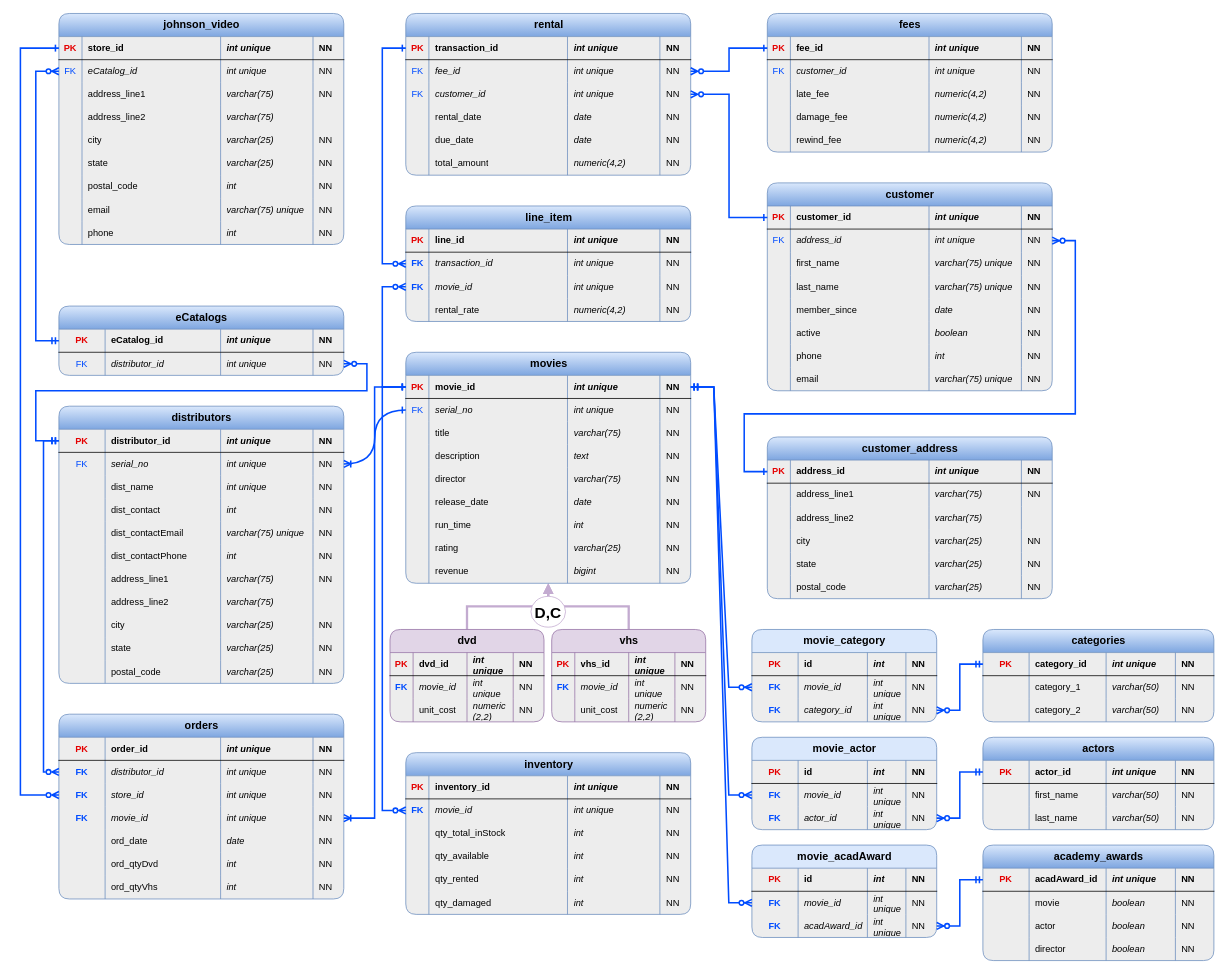
Above: mis407-ct4-portfolio-milestone.drawio in argounova/draw-io (draw.io), before the change. Source tidied: cells renumbered, new cells numbered last; positions are measured from the earlier drawing's top-left corner, leaving out a move shared by most shapes. Both pictures are drawn from the tidied source at 77%, with x=0, y=0 at pixel (20, 13).
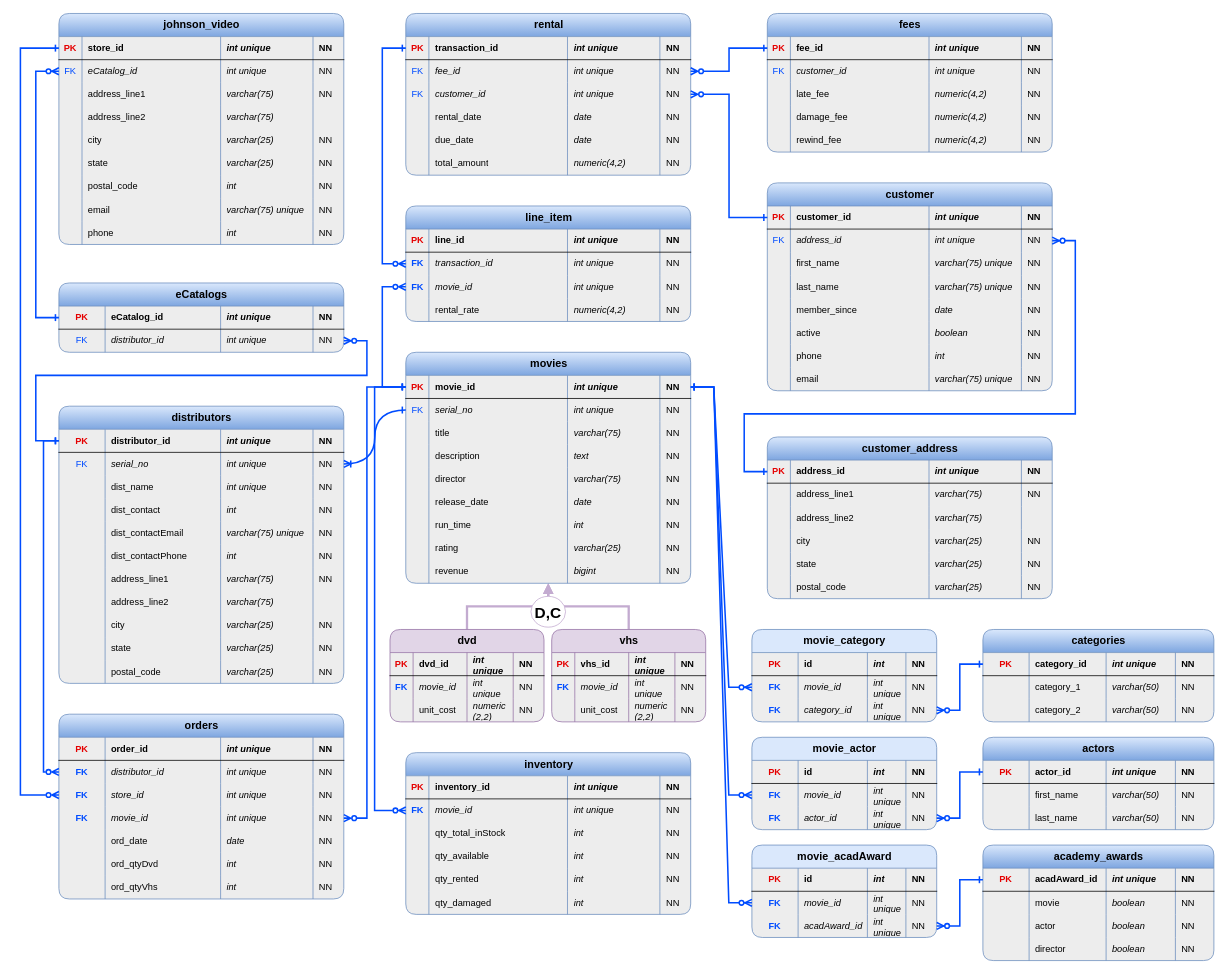
Above is the later version.

Unchanged cells that the change refers to:
```xml
<mxCell id="34" style="shape=tableRow;horizontal=0;startSize=0;swimlaneHead=0;swimlaneBody=0;fillColor=none;points=[[0,0.5],[1,0.5]];portConstraint=eastwest;top=0;left=0;right=0;bottom=1;" parent="33" vertex="1">
  <mxGeometry y="30" width="370" height="30" as="geometry" />
</mxCell>
<mxCell id="39" style="shape=tableRow;horizontal=0;startSize=0;swimlaneHead=0;swimlaneBody=0;fillColor=none;points=[[0,0.5],[1,0.5]];portConstraint=eastwest;top=0;left=0;right=0;bottom=0;" parent="33" vertex="1">
  <mxGeometry y="60" width="370" height="30" as="geometry" />
</mxCell>
<mxCell id="88" style="shape=tableRow;horizontal=0;startSize=0;swimlaneHead=0;swimlaneBody=0;fillColor=none;points=[[0,0.5],[1,0.5]];portConstraint=eastwest;top=0;left=0;right=0;bottom=1;" parent="87" vertex="1">
  <mxGeometry y="30" width="370" height="30" as="geometry" />
</mxCell>
<mxCell id="134" style="shape=tableRow;horizontal=0;startSize=0;swimlaneHead=0;swimlaneBody=0;fillColor=none;points=[[0,0.5],[1,0.5]];portConstraint=eastwest;top=0;left=0;right=0;bottom=1;" parent="133" vertex="1">
  <mxGeometry y="30" width="370" height="30" as="geometry" />
</mxCell>
<mxCell id="229" style="shape=tableRow;horizontal=0;startSize=0;swimlaneHead=0;swimlaneBody=0;fillColor=none;points=[[0,0.5],[1,0.5]];portConstraint=eastwest;top=0;left=0;right=0;bottom=0;" parent="223" vertex="1">
  <mxGeometry y="60" width="240" height="30" as="geometry" />
</mxCell>
<mxCell id="234" style="shape=tableRow;horizontal=0;startSize=0;swimlaneHead=0;swimlaneBody=0;fillColor=none;points=[[0,0.5],[1,0.5]];portConstraint=eastwest;top=0;left=0;right=0;bottom=0;" parent="223" vertex="1">
  <mxGeometry y="90" width="240" height="30" as="geometry" />
</mxCell>
<mxCell id="245" style="shape=tableRow;horizontal=0;startSize=0;swimlaneHead=0;swimlaneBody=0;fillColor=none;points=[[0,0.5],[1,0.5]];portConstraint=eastwest;top=0;left=0;right=0;bottom=0;" parent="239" vertex="1">
  <mxGeometry y="60" width="240" height="30" as="geometry" />
</mxCell>
<mxCell id="250" style="shape=tableRow;horizontal=0;startSize=0;swimlaneHead=0;swimlaneBody=0;fillColor=none;points=[[0,0.5],[1,0.5]];portConstraint=eastwest;top=0;left=0;right=0;bottom=0;" parent="239" vertex="1">
  <mxGeometry y="90" width="240" height="30" as="geometry" />
</mxCell>
<mxCell id="261" style="shape=tableRow;horizontal=0;startSize=0;swimlaneHead=0;swimlaneBody=0;fillColor=none;points=[[0,0.5],[1,0.5]];portConstraint=eastwest;top=0;left=0;right=0;bottom=0;" parent="255" vertex="1">
  <mxGeometry y="60" width="240" height="30" as="geometry" />
</mxCell>
<mxCell id="266" style="shape=tableRow;horizontal=0;startSize=0;swimlaneHead=0;swimlaneBody=0;fillColor=none;points=[[0,0.5],[1,0.5]];portConstraint=eastwest;top=0;left=0;right=0;bottom=0;" parent="255" vertex="1">
  <mxGeometry y="90" width="240" height="30" as="geometry" />
</mxCell>
<mxCell id="296" style="shape=tableRow;horizontal=0;startSize=0;swimlaneHead=0;swimlaneBody=0;fillColor=none;points=[[0,0.5],[1,0.5]];portConstraint=eastwest;top=0;left=0;right=0;bottom=1;" parent="295" vertex="1">
  <mxGeometry y="30" width="300" height="30" as="geometry" />
</mxCell>
<mxCell id="312" style="shape=tableRow;horizontal=0;startSize=0;swimlaneHead=0;swimlaneBody=0;fillColor=none;points=[[0,0.5],[1,0.5]];portConstraint=eastwest;top=0;left=0;right=0;bottom=1;" parent="311" vertex="1">
  <mxGeometry y="30" width="300" height="30" as="geometry" />
</mxCell>
<mxCell id="328" style="shape=tableRow;horizontal=0;startSize=0;swimlaneHead=0;swimlaneBody=0;fillColor=none;points=[[0,0.5],[1,0.5]];portConstraint=eastwest;top=0;left=0;right=0;bottom=1;" parent="327" vertex="1">
  <mxGeometry y="30" width="300" height="30" as="geometry" />
</mxCell>
<mxCell id="419" style="shape=tableRow;horizontal=0;startSize=0;swimlaneHead=0;swimlaneBody=0;fillColor=none;points=[[0,0.5],[1,0.5]];portConstraint=eastwest;top=0;left=0;right=0;bottom=0;" parent="413" vertex="1">
  <mxGeometry y="60" width="370" height="30" as="geometry" />
</mxCell>
<mxCell id="467" style="shape=tableRow;horizontal=0;startSize=0;swimlaneHead=0;swimlaneBody=0;fillColor=none;points=[[0,0.5],[1,0.5]];portConstraint=eastwest;top=0;left=0;right=0;bottom=0;" parent="461" vertex="1">
  <mxGeometry y="60" width="370" height="30" as="geometry" />
</mxCell>
<mxCell id="477" style="shape=tableRow;horizontal=0;startSize=0;swimlaneHead=0;swimlaneBody=0;fillColor=none;points=[[0,0.5],[1,0.5]];portConstraint=eastwest;top=0;left=0;right=0;bottom=0;" parent="461" vertex="1">
  <mxGeometry y="120" width="370" height="30" as="geometry" />
</mxCell>
<mxCell id="506" style="shape=tableRow;horizontal=0;startSize=0;swimlaneHead=0;swimlaneBody=0;fillColor=none;points=[[0,0.5],[1,0.5]];portConstraint=eastwest;top=0;left=0;right=0;bottom=0;" parent="500" vertex="1">
  <mxGeometry y="60" width="370" height="30" as="geometry" />
</mxCell>
```

The edit, as a diff of the source:
```diff
@@
     <mxCell id="33" value="eCatalogs" style="shape=table;startSize=30;childLayout=tableLayout;rowLines=0;fontStyle=1;align=center;html=1;fontSize=14;fillColor=#dae8fc;gradientColor=#7ea6e0;strokeColor=#6c8ebf;swimlaneFillColor=#EDEDED;rounded=1;shadow=0;" parent="1" vertex="1">
-      <mxGeometry x="50" y="380" width="370" height="90" as="geometry" />
+      <mxGeometry x="50" y="350" width="370" height="90" as="geometry" />
     </mxCell>
@@
-    <mxCell id="271" style="edgeStyle=entityRelationEdgeStyle;fontSize=12;html=1;endArrow=ERzeroToMany;startArrow=ERmandOne;rounded=0;exitX=1;exitY=0.5;exitDx=0;exitDy=0;entryX=0;entryY=0.5;entryDx=0;entryDy=0;strokeWidth=2;strokeColor=#004CFF;" parent="1" edge="1" source="88" target="261">
+    <mxCell id="271" style="edgeStyle=entityRelationEdgeStyle;fontSize=12;html=1;endArrow=ERzeroToMany;startArrow=ERone;rounded=0;exitX=1;exitY=0.5;exitDx=0;exitDy=0;entryX=0;entryY=0.5;entryDx=0;entryDy=0;strokeWidth=2;strokeColor=#004CFF;startFill=0;" parent="1" edge="1" source="88" target="261">
       <mxGeometry relative="1" as="geometry" />
     </mxCell>
-    <mxCell id="272" style="edgeStyle=entityRelationEdgeStyle;fontSize=12;html=1;endArrow=ERzeroToMany;startArrow=ERmandOne;rounded=0;exitX=1;exitY=0.5;exitDx=0;exitDy=0;entryX=0;entryY=0.5;entryDx=0;entryDy=0;strokeWidth=2;strokeColor=#004CFF;" parent="1" edge="1" source="88" target="245">
+    <mxCell id="272" style="edgeStyle=entityRelationEdgeStyle;fontSize=12;html=1;endArrow=ERzeroToMany;startArrow=ERone;rounded=0;exitX=1;exitY=0.5;exitDx=0;exitDy=0;entryX=0;entryY=0.5;entryDx=0;entryDy=0;strokeWidth=2;strokeColor=#004CFF;startFill=0;" parent="1" edge="1" source="88" target="245">
       <mxGeometry relative="1" as="geometry" />
     </mxCell>
-    <mxCell id="273" style="edgeStyle=entityRelationEdgeStyle;fontSize=12;html=1;endArrow=ERzeroToMany;startArrow=ERmandOne;rounded=0;exitX=1;exitY=0.5;exitDx=0;exitDy=0;entryX=0;entryY=0.5;entryDx=0;entryDy=0;strokeWidth=2;strokeColor=#004CFF;" parent="1" edge="1" source="88" target="229">
+    <mxCell id="273" style="edgeStyle=entityRelationEdgeStyle;fontSize=12;html=1;endArrow=ERzeroToMany;startArrow=ERone;rounded=0;exitX=1;exitY=0.5;exitDx=0;exitDy=0;entryX=0;entryY=0.5;entryDx=0;entryDy=0;strokeWidth=2;strokeColor=#004CFF;startFill=0;" parent="1" edge="1" source="88" target="229">
       <mxGeometry relative="1" as="geometry" />
     </mxCell>
@@
-    <mxCell id="348" style="edgeStyle=entityRelationEdgeStyle;fontSize=12;html=1;endArrow=ERzeroToMany;startArrow=ERmandOne;rounded=0;exitX=0;exitY=0.5;exitDx=0;exitDy=0;entryX=1;entryY=0.5;entryDx=0;entryDy=0;strokeWidth=2;strokeColor=#004CFF;" parent="1" edge="1" source="296" target="234">
+    <mxCell id="348" style="edgeStyle=entityRelationEdgeStyle;fontSize=12;html=1;endArrow=ERzeroToMany;startArrow=ERone;rounded=0;exitX=0;exitY=0.5;exitDx=0;exitDy=0;entryX=1;entryY=0.5;entryDx=0;entryDy=0;strokeWidth=2;strokeColor=#004CFF;startFill=0;" parent="1" edge="1" source="296" target="234">
       <mxGeometry relative="1" as="geometry" />
     </mxCell>
-    <mxCell id="349" style="edgeStyle=entityRelationEdgeStyle;fontSize=12;html=1;endArrow=ERzeroToMany;startArrow=ERmandOne;rounded=0;exitX=0;exitY=0.5;exitDx=0;exitDy=0;entryX=1;entryY=0.5;entryDx=0;entryDy=0;strokeWidth=2;strokeColor=#004CFF;" parent="1" edge="1" source="312" target="250">
+    <mxCell id="349" style="edgeStyle=entityRelationEdgeStyle;fontSize=12;html=1;endArrow=ERzeroToMany;startArrow=ERone;rounded=0;exitX=0;exitY=0.5;exitDx=0;exitDy=0;entryX=1;entryY=0.5;entryDx=0;entryDy=0;strokeWidth=2;strokeColor=#004CFF;startFill=0;" parent="1" edge="1" source="312" target="250">
       <mxGeometry relative="1" as="geometry" />
     </mxCell>
-    <mxCell id="350" style="edgeStyle=entityRelationEdgeStyle;fontSize=12;html=1;endArrow=ERzeroToMany;startArrow=ERmandOne;rounded=0;exitX=0;exitY=0.5;exitDx=0;exitDy=0;entryX=1;entryY=0.5;entryDx=0;entryDy=0;strokeWidth=2;strokeColor=#004CFF;" parent="1" edge="1" source="328" target="266">
+    <mxCell id="350" style="edgeStyle=entityRelationEdgeStyle;fontSize=12;html=1;endArrow=ERzeroToMany;startArrow=ERone;rounded=0;exitX=0;exitY=0.5;exitDx=0;exitDy=0;entryX=1;entryY=0.5;entryDx=0;entryDy=0;strokeWidth=2;strokeColor=#004CFF;startFill=0;" parent="1" edge="1" source="328" target="266">
       <mxGeometry relative="1" as="geometry" />
     </mxCell>
@@
-    <mxCell id="459" style="edgeStyle=orthogonalEdgeStyle;fontSize=12;html=1;endArrow=ERzeroToMany;endFill=1;rounded=0;strokeColor=#004CFF;strokeWidth=2;entryX=1;entryY=0.5;entryDx=0;entryDy=0;exitX=0;exitY=0.5;exitDx=0;exitDy=0;startArrow=ERmandOne;startFill=0;" parent="1" edge="1" source="134" target="39">
+    <mxCell id="459" style="edgeStyle=orthogonalEdgeStyle;fontSize=12;html=1;endArrow=ERzeroToMany;endFill=1;rounded=0;strokeColor=#004CFF;strokeWidth=2;entryX=1;entryY=0.5;entryDx=0;entryDy=0;exitX=0;exitY=0.5;exitDx=0;exitDy=0;startArrow=ERone;startFill=0;" parent="1" edge="1" source="134" target="39">
       <mxGeometry relative="1" as="geometry">
         <Array as="points">
           <mxPoint x="20" y="555" />
-          <mxPoint x="20" y="490" />
-          <mxPoint x="450" y="490" />
-          <mxPoint x="450" y="455" />
+          <mxPoint x="20" y="470" />
+          <mxPoint x="450" y="470" />
+          <mxPoint x="450" y="425" />
         </Array>
       </mxGeometry>
     </mxCell>
-    <mxCell id="460" style="edgeStyle=orthogonalEdgeStyle;fontSize=12;html=1;endArrow=ERzeroToMany;endFill=1;rounded=0;strokeColor=#004CFF;strokeWidth=2;entryX=0;entryY=0.5;entryDx=0;entryDy=0;exitX=0;exitY=0.5;exitDx=0;exitDy=0;startArrow=ERmandOne;startFill=0;" parent="1" edge="1" source="34" target="419">
+    <mxCell id="460" style="edgeStyle=orthogonalEdgeStyle;fontSize=12;html=1;endArrow=ERzeroToMany;endFill=1;rounded=0;strokeColor=#004CFF;strokeWidth=2;entryX=0;entryY=0.5;entryDx=0;entryDy=0;exitX=0;exitY=0.5;exitDx=0;exitDy=0;startArrow=ERone;startFill=0;" parent="1" edge="1" source="34" target="419">
       <mxGeometry relative="1" as="geometry">
         <Array as="points">
-          <mxPoint x="20" y="425" />
+          <mxPoint x="20" y="395" />
           <mxPoint x="20" y="75" />
         </Array>
       </mxGeometry>
     </mxCell>
@@
-    <mxCell id="498" style="edgeStyle=orthogonalEdgeStyle;fontSize=12;html=1;endArrow=ERmandOne;endFill=0;rounded=0;strokeColor=#004CFF;strokeWidth=2;startArrow=ERzeroToMany;startFill=0;entryX=0;entryY=0.5;entryDx=0;entryDy=0;exitX=0;exitY=0.5;exitDx=0;exitDy=0;" parent="1" edge="1" source="467" target="134">
+    <mxCell id="498" style="edgeStyle=orthogonalEdgeStyle;fontSize=12;html=1;endArrow=ERone;endFill=0;rounded=0;strokeColor=#004CFF;strokeWidth=2;startArrow=ERzeroToMany;startFill=0;entryX=0;entryY=0.5;entryDx=0;entryDy=0;exitX=0;exitY=0.5;exitDx=0;exitDy=0;" parent="1" edge="1" source="467" target="134">
       <mxGeometry relative="1" as="geometry">
         <Array as="points">
           <mxPoint x="30" y="985" />
           <mxPoint x="30" y="555" />
         </Array>
       </mxGeometry>
     </mxCell>
-    <mxCell id="499" style="edgeStyle=orthogonalEdgeStyle;fontSize=12;html=1;endArrow=ERone;startArrow=ERoneToMany;rounded=0;exitX=1;exitY=0.5;exitDx=0;exitDy=0;entryX=0;entryY=0.5;entryDx=0;entryDy=0;strokeWidth=2;strokeColor=#004CFF;endFill=0;startFill=0;" parent="1" edge="1" source="477" target="88">
+    <mxCell id="499" style="edgeStyle=orthogonalEdgeStyle;fontSize=12;html=1;endArrow=ERone;startArrow=ERzeroToMany;rounded=0;exitX=1;exitY=0.5;exitDx=0;exitDy=0;entryX=0;entryY=0.5;entryDx=0;entryDy=0;strokeWidth=2;strokeColor=#004CFF;endFill=0;startFill=0;" parent="1" edge="1" source="477" target="88">
       <mxGeometry relative="1" as="geometry">
         <Array as="points">
-          <mxPoint x="460" y="1045" />
-          <mxPoint x="460" y="485" />
+          <mxPoint x="450" y="1045" />
+          <mxPoint x="450" y="485" />
         </Array>
       </mxGeometry>
     </mxCell>
@@
     <mxCell id="531" style="edgeStyle=orthogonalEdgeStyle;fontSize=12;html=1;endArrow=ERone;endFill=1;rounded=0;strokeColor=#004CFF;strokeWidth=2;startArrow=ERzeroToMany;startFill=0;entryX=0;entryY=0.5;entryDx=0;entryDy=0;exitX=0;exitY=0.5;exitDx=0;exitDy=0;" parent="1" edge="1" source="506" target="88">
       <mxGeometry relative="1" as="geometry">
         <Array as="points">
-          <mxPoint x="470" y="1035" />
-          <mxPoint x="470" y="485" />
+          <mxPoint x="460" y="1035" />
+          <mxPoint x="460" y="485" />
         </Array>
       </mxGeometry>
     </mxCell>
```
